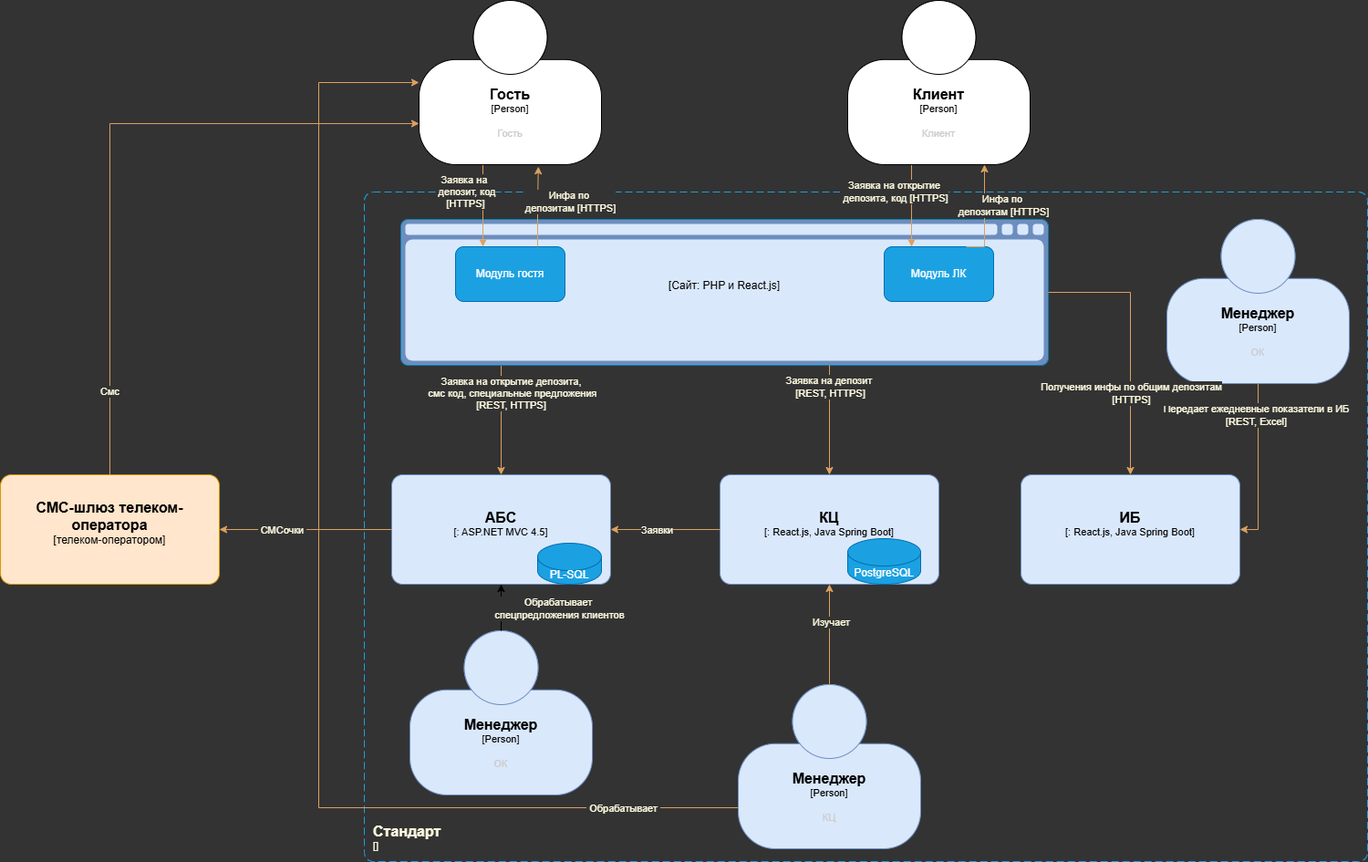
Earlier version of the draw.io export Exc3/C4_сontainer-diagram.drawio.png (botcser/architecture-sprint-9). Source tidied: cells renumbered, new cells last; positions are measured from the earlier drawing's top-left corner, leaving out a move shared by most shapes.
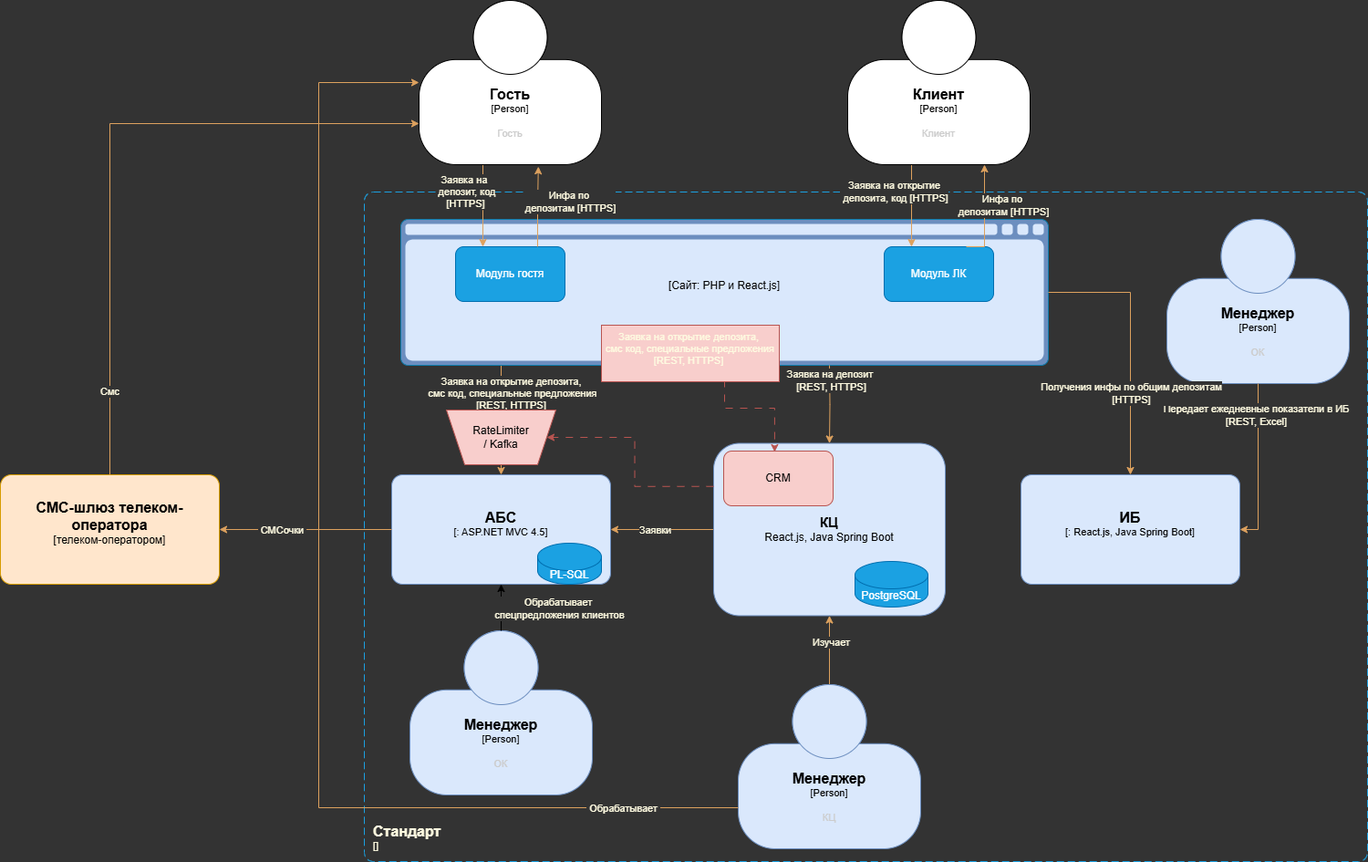
The same file after the commit.

The edit, as a diff of the source:
```diff
@@ -99,14 +99,6 @@
         <mxPoint x="36" y="-9" as="offset" />
       </mxGeometry>
     </mxCell>
-    <object id="21" label="&lt;font style=&quot;font-size: 16px&quot;&gt;&lt;b&gt;%c4Name%&lt;/b&gt;&lt;/font&gt;&lt;div&gt;[%c4Type%: %c4Technology%]&lt;/div&gt;&lt;br&gt;&lt;div&gt;&lt;font style=&quot;font-size: 11px&quot;&gt;&lt;font color=&quot;#E6E6E6&quot;&gt;%c4Description%&lt;/font&gt;&lt;/div&gt;" c4Description="" c4Name="КЦ" c4Technology="React.js, Java Spring Boot" c4Type="" placeholders="1">
-      <mxCell style="rounded=1;whiteSpace=wrap;html=1;fontSize=11;labelBackgroundColor=none;align=center;arcSize=10;points=[[0.25,0,0],[0.5,0,0],[0.75,0,0],[1,0.25,0],[1,0.5,0],[1,0.75,0],[0.75,1,0],[0.5,1,0],[0.25,1,0],[0,0.75,0],[0,0.5,0],[0,0.25,0]];fillColor=#dae8fc;strokeColor=#6c8ebf;" parent="1" vertex="1">
-        <mxGeometry x="789" y="520" width="240" height="120" as="geometry" />
-      </mxCell>
-    </object>
-    <mxCell id="22" value="PostgreSQL" style="shape=cylinder3;whiteSpace=wrap;html=1;boundedLbl=1;backgroundOutline=1;size=15;labelBackgroundColor=none;fillColor=#1ba1e2;strokeColor=#006EAF;fontColor=#ffffff;" parent="1" vertex="1">
-      <mxGeometry x="929" y="590" width="80" height="50" as="geometry" />
-    </mxCell>
     <object id="23" label="&lt;font style=&quot;font-size: 16px&quot;&gt;&lt;b&gt;%c4Name%&lt;/b&gt;&lt;/font&gt;&lt;div&gt;[%c4Type%: %c4Technology%]&lt;/div&gt;&lt;br&gt;&lt;div&gt;&lt;font style=&quot;font-size: 11px&quot;&gt;&lt;font color=&quot;#E6E6E6&quot;&gt;%c4Description%&lt;/font&gt;&lt;/div&gt;" c4Description="" c4Name="ИБ" c4Technology="React.js, Java Spring Boot" c4Type="" placeholders="1">
       <mxCell style="rounded=1;whiteSpace=wrap;html=1;fontSize=11;labelBackgroundColor=none;align=center;arcSize=10;points=[[0.25,0,0],[0.5,0,0],[0.75,0,0],[1,0.25,0],[1,0.5,0],[1,0.75,0],[0.75,1,0],[0.5,1,0],[0.25,1,0],[0,0.75,0],[0,0.5,0],[0,0.25,0]];fillColor=#dae8fc;strokeColor=#6c8ebf;" parent="1" vertex="1">
         <mxGeometry x="1119" y="520" width="240" height="120" as="geometry" />
@@ -135,20 +127,15 @@
         <mxPoint x="-2" y="58" as="offset" />
       </mxGeometry>
     </mxCell>
-    <mxCell id="29" style="edgeStyle=orthogonalEdgeStyle;rounded=0;orthogonalLoop=1;jettySize=auto;html=1;labelBackgroundColor=none;fontColor=default;strokeColor=#DDA15E;" parent="1" edge="1">
+    <mxCell id="29" style="edgeStyle=orthogonalEdgeStyle;rounded=0;jettySize=auto;html=1;labelBackgroundColor=none;fontColor=default;strokeColor=#DDA15E;entryX=0.5;entryY=0;entryDx=0;entryDy=0;" parent="1" edge="1" target="45">
       <mxGeometry relative="1" as="geometry">
         <mxPoint x="909" y="400" as="sourcePoint" />
-        <mxPoint x="909" y="520" as="targetPoint" />
-        <Array as="points">
-          <mxPoint x="908.9" y="430" />
-          <mxPoint x="908.9" y="430" />
-        </Array>
       </mxGeometry>
     </mxCell>
     <mxCell id="30" value="&lt;div&gt;Заявка на депозит&amp;nbsp;&lt;/div&gt;&lt;div&gt;[REST, HTTPS]&lt;/div&gt;" style="edgeLabel;html=1;align=center;verticalAlign=middle;labelBackgroundColor=light-dark(#333333, #ededed);fontColor=#FEFAE0;" parent="29" vertex="1">
       <mxGeometry x="-0.6" y="1" relative="1" as="geometry" />
     </mxCell>
-    <mxCell id="31" style="edgeStyle=orthogonalEdgeStyle;rounded=0;jettySize=auto;html=1;labelBackgroundColor=none;fontColor=default;strokeColor=#DDA15E;" parent="1" edge="1" source="33" target="21">
+    <mxCell id="31" style="edgeStyle=orthogonalEdgeStyle;rounded=0;jettySize=auto;html=1;labelBackgroundColor=none;fontColor=default;strokeColor=#DDA15E;entryX=0.5;entryY=1;entryDx=0;entryDy=0;" parent="1" edge="1" source="33" target="45">
       <mxGeometry relative="1" as="geometry" />
     </mxCell>
     <mxCell id="32" value="Изучает" style="edgeLabel;html=1;align=center;verticalAlign=middle;labelBackgroundColor=light-dark(#333333, #ededed);fontColor=#FEFAE0;" parent="31" vertex="1">
@@ -159,7 +146,7 @@
         <mxGeometry x="809" y="750" width="200" height="180" as="geometry" />
       </mxCell>
     </object>
-    <mxCell id="34" style="edgeStyle=orthogonalEdgeStyle;rounded=0;jettySize=auto;html=1;entryX=1;entryY=0.5;entryDx=0;entryDy=0;entryPerimeter=0;labelBackgroundColor=none;fontColor=default;strokeColor=#DDA15E;" parent="1" edge="1" source="21" target="3">
+    <mxCell id="34" style="edgeStyle=orthogonalEdgeStyle;rounded=0;jettySize=auto;html=1;entryX=1;entryY=0.5;entryDx=0;entryDy=0;entryPerimeter=0;labelBackgroundColor=none;fontColor=default;strokeColor=#DDA15E;exitX=0;exitY=0.5;exitDx=0;exitDy=0;" parent="1" edge="1" source="45" target="3">
       <mxGeometry relative="1" as="geometry" />
     </mxCell>
     <mxCell id="35" value="Заявки" style="edgeLabel;html=1;align=center;verticalAlign=middle;labelBackgroundColor=light-dark(#333333, #ededed);fontColor=#FEFAE0;" parent="34" vertex="1">
@@ -214,5 +201,29 @@
         <mxPoint x="62" y="-2" as="offset" />
       </mxGeometry>
     </mxCell>
+    <mxCell id="45" value="&lt;div&gt;&lt;b&gt;&lt;font style=&quot;font-size: 15px;&quot;&gt;КЦ&lt;/font&gt;&lt;/b&gt;&lt;/div&gt;React.js, Java Spring Boot" style="rounded=1;whiteSpace=wrap;html=1;fillColor=#dae8fc;strokeColor=#6c8ebf;" parent="1" vertex="1">
+      <mxGeometry x="782" y="485.5" width="254" height="189" as="geometry" />
+    </mxCell>
+    <mxCell id="22" value="PostgreSQL" style="shape=cylinder3;whiteSpace=wrap;html=1;boundedLbl=1;backgroundOutline=1;size=15;labelBackgroundColor=none;fillColor=#1ba1e2;strokeColor=#006EAF;fontColor=#ffffff;" parent="1" vertex="1">
+      <mxGeometry x="937" y="615" width="80" height="50" as="geometry" />
+    </mxCell>
+    <mxCell id="46" style="shape=trapezoid;perimeter=trapezoidPerimeter;whiteSpace=wrap;html=1;fixedSize=1;rotation=-180;fillColor=#f8cecc;strokeColor=#b85450;" parent="1" vertex="1">
+      <mxGeometry x="489" y="449" width="120" height="60" as="geometry" />
+    </mxCell>
+    <mxCell id="47" value="RateLimiter / Kafka" style="text;html=1;align=center;verticalAlign=middle;whiteSpace=wrap;rounded=0;" parent="1" vertex="1">
+      <mxGeometry x="519" y="464" width="60" height="30" as="geometry" />
+    </mxCell>
+    <mxCell id="48" style="edgeStyle=orthogonalEdgeStyle;rounded=0;jettySize=auto;html=1;exitX=0;exitY=0.25;exitDx=0;exitDy=0;entryX=0;entryY=0.5;entryDx=0;entryDy=0;fillColor=#f8cecc;strokeColor=#b85450;dashed=1;dashPattern=8 8;" parent="1" edge="1" source="45" target="46">
+      <mxGeometry relative="1" as="geometry" />
+    </mxCell>
+    <mxCell id="49" value="CRM" style="rounded=1;whiteSpace=wrap;html=1;fillColor=#f8cecc;strokeColor=#b85450;" parent="1" vertex="1">
+      <mxGeometry x="793" y="494" width="120" height="60" as="geometry" />
+    </mxCell>
+    <mxCell id="50" style="edgeStyle=orthogonalEdgeStyle;rounded=0;jettySize=auto;html=1;exitX=0.5;exitY=1;exitDx=0;exitDy=0;exitPerimeter=0;entryX=0.466;entryY=0.017;entryDx=0;entryDy=0;entryPerimeter=0;fillColor=#f8cecc;strokeColor=#b85450;dashed=1;dashPattern=8 8;" parent="1" edge="1" source="6" target="49">
+      <mxGeometry relative="1" as="geometry" />
+    </mxCell>
+    <mxCell id="51" value="&lt;div style=&quot;forced-color-adjust: none; color: rgb(254, 250, 224); font-family: Helvetica; font-size: 11px; font-style: normal; font-variant-ligatures: normal; font-variant-caps: normal; font-weight: 400; letter-spacing: normal; orphans: 2; text-align: center; text-indent: 0px; text-transform: none; widows: 2; word-spacing: 0px; -webkit-text-stroke-width: 0px; white-space: nowrap; text-decoration-thickness: initial; text-decoration-style: initial; text-decoration-color: initial;&quot;&gt;Заявка на открытие депозита,&lt;/div&gt;&lt;div style=&quot;forced-color-adjust: none; color: rgb(254, 250, 224); font-family: Helvetica; font-size: 11px; font-style: normal; font-variant-ligatures: normal; font-variant-caps: normal; font-weight: 400; letter-spacing: normal; orphans: 2; text-align: center; text-indent: 0px; text-transform: none; widows: 2; word-spacing: 0px; -webkit-text-stroke-width: 0px; white-space: nowrap; text-decoration-thickness: initial; text-decoration-style: initial; text-decoration-color: initial;&quot;&gt;&amp;nbsp;смс код, специальные предложения&lt;/div&gt;&lt;div style=&quot;forced-color-adjust: none; color: rgb(254, 250, 224); font-family: Helvetica; font-size: 11px; font-style: normal; font-variant-ligatures: normal; font-variant-caps: normal; font-weight: 400; letter-spacing: normal; orphans: 2; text-align: center; text-indent: 0px; text-transform: none; widows: 2; word-spacing: 0px; -webkit-text-stroke-width: 0px; white-space: nowrap; text-decoration-thickness: initial; text-decoration-style: initial; text-decoration-color: initial;&quot;&gt;[REST, HTTPS]&lt;/div&gt;" style="text;whiteSpace=wrap;html=1;fillColor=#f8cecc;strokeColor=#b85450;" parent="1" vertex="1">
+      <mxGeometry x="659" y="356" width="195" height="62" as="geometry" />
+    </mxCell>
   </root>
 </mxGraphModel>
```
